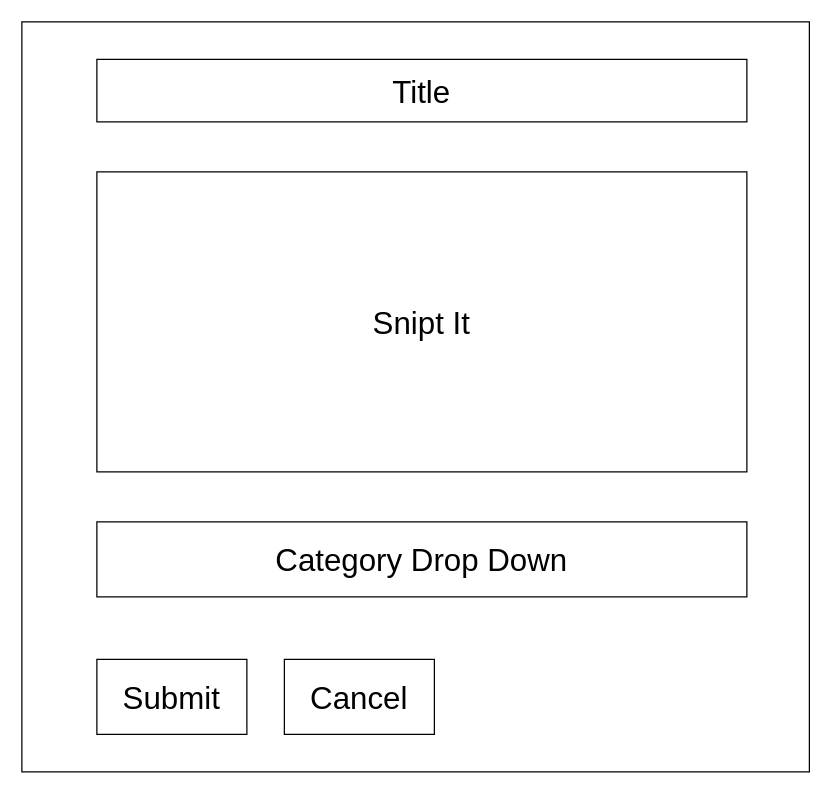
adilh621/snip-its keeps this draw.io diagram as page "Input Card Component" (5 of 7) of layout.drawio. Above is the earlier version. Source tidied: cells renumbered, new cells numbered last; positions are measured from the earlier drawing's top-left corner, leaving out a move shared by most shapes. Both pictures are drawn from the tidied source at 125%, with x=0, y=0 at pixel (21, 21).
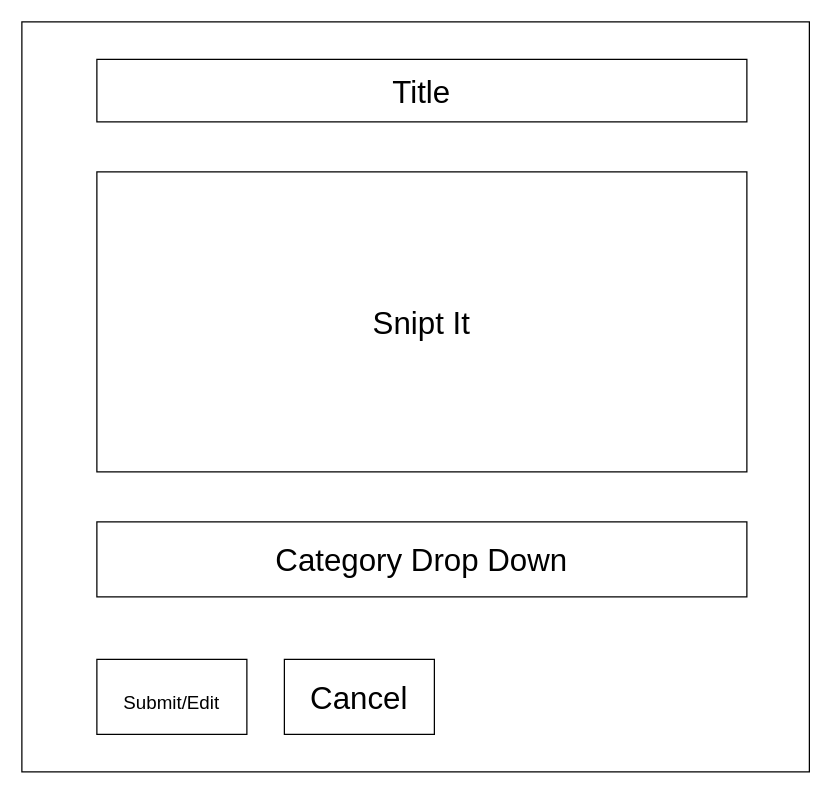
The same diagram, later.

What changed in the source:
```diff
@@
 <mxGraphModel>
   <root>
     <mxCell id="0" />
     <mxCell id="1" parent="0" />
     <mxCell id="2" style="whiteSpace=wrap;html=1;fontSize=25;" parent="1" vertex="1">
       <mxGeometry width="630" height="600" as="geometry" />
     </mxCell>
     <mxCell id="3" value="Title" style="whiteSpace=wrap;html=1;fontSize=25;" parent="1" vertex="1">
       <mxGeometry x="60" y="30" width="520" height="50" as="geometry" />
     </mxCell>
     <mxCell id="4" value="Snipt It" style="whiteSpace=wrap;html=1;fontSize=25;" parent="1" vertex="1">
       <mxGeometry x="60" y="120" width="520" height="240" as="geometry" />
     </mxCell>
     <mxCell id="5" value="Category Drop Down" style="whiteSpace=wrap;html=1;fontSize=25;" parent="1" vertex="1">
       <mxGeometry x="60" y="400" width="520" height="60" as="geometry" />
     </mxCell>
-    <mxCell id="6" value="Submit" style="whiteSpace=wrap;html=1;fontSize=25;" parent="1" vertex="1">
+    <mxCell id="6" value="&lt;font style=&quot;font-size: 15px&quot;&gt;Submit/Edit&lt;/font&gt;" style="whiteSpace=wrap;html=1;fontSize=25;" parent="1" vertex="1">
       <mxGeometry x="60" y="510" width="120" height="60" as="geometry" />
     </mxCell>
     <mxCell id="7" value="Cancel" style="whiteSpace=wrap;html=1;fontSize=25;" parent="1" vertex="1">
       <mxGeometry x="210" y="510" width="120" height="60" as="geometry" />
     </mxCell>
   </root>
 </mxGraphModel>
```
